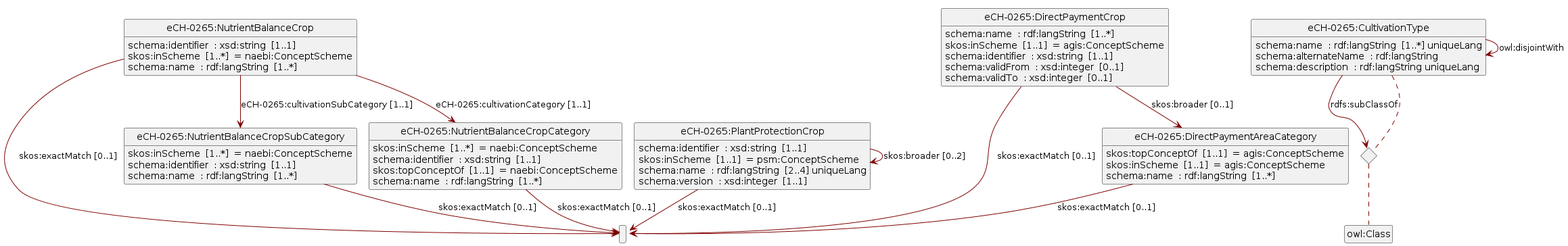
Earlier version of the PlantUML export assets/img/uml.png (blw-ofag-ufag/eCH-0265).
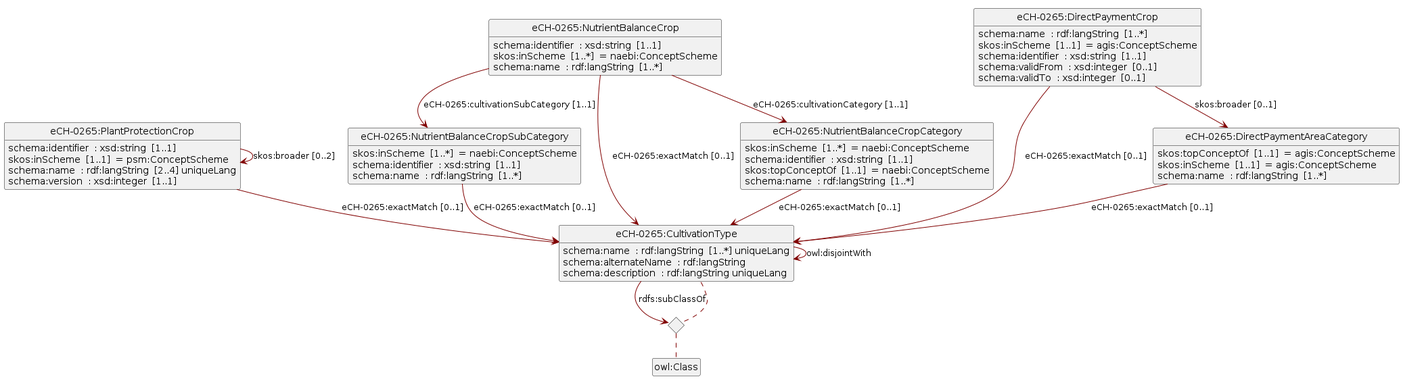
Later version of the same file.

Change to the diagram source:
```diff
@@ -8,32 +8,31 @@
 skinparam wrapMessageWidth 100
 skinparam ArrowColor #Maroon
 set namespaceSeparator none
-Class 18bf497e5dc26df47f3c7addcd94311d as " "
 Class "eCH-0265:NutrientBalanceCropSubCategory"
 "eCH-0265:NutrientBalanceCropSubCategory" : skos:inScheme  [1..*]  = naebi:ConceptScheme
 "eCH-0265:NutrientBalanceCropSubCategory" : schema:identifier  : xsd:string  [1..1]
 "eCH-0265:NutrientBalanceCropSubCategory" : schema:name  : rdf:langString  [1..*]
-"eCH-0265:NutrientBalanceCropSubCategory" --> "18bf497e5dc26df47f3c7addcd94311d" : skos:exactMatch [0..1]
+"eCH-0265:NutrientBalanceCropSubCategory" --> "eCH-0265:CultivationType" : eCH-0265:exactMatch<U+00A0>[0..1]
 Class "eCH-0265:PlantProtectionCrop"
 "eCH-0265:PlantProtectionCrop" : schema:identifier  : xsd:string  [1..1]
 "eCH-0265:PlantProtectionCrop" : skos:inScheme  [1..1]  = psm:ConceptScheme
 "eCH-0265:PlantProtectionCrop" : schema:name  : rdf:langString  [2..4] uniqueLang
 "eCH-0265:PlantProtectionCrop" : schema:version  : xsd:integer  [1..1]
-"eCH-0265:PlantProtectionCrop" --> "18bf497e5dc26df47f3c7addcd94311d" : skos:exactMatch [0..1]
+"eCH-0265:PlantProtectionCrop" --> "eCH-0265:CultivationType" : eCH-0265:exactMatch<U+00A0>[0..1]
 "eCH-0265:PlantProtectionCrop" --> "eCH-0265:PlantProtectionCrop" : skos:broader<U+00A0>[0..2]
 Class "eCH-0265:NutrientBalanceCropCategory"
 "eCH-0265:NutrientBalanceCropCategory" : skos:inScheme  [1..*]  = naebi:ConceptScheme
 "eCH-0265:NutrientBalanceCropCategory" : schema:identifier  : xsd:string  [1..1]
 "eCH-0265:NutrientBalanceCropCategory" : skos:topConceptOf  [1..1]  = naebi:ConceptScheme
 "eCH-0265:NutrientBalanceCropCategory" : schema:name  : rdf:langString  [1..*]
-"eCH-0265:NutrientBalanceCropCategory" --> "18bf497e5dc26df47f3c7addcd94311d" : skos:exactMatch [0..1]
+"eCH-0265:NutrientBalanceCropCategory" --> "eCH-0265:CultivationType" : eCH-0265:exactMatch<U+00A0>[0..1]
 Class "eCH-0265:NutrientBalanceCrop"
 "eCH-0265:NutrientBalanceCrop" : schema:identifier  : xsd:string  [1..1]
 "eCH-0265:NutrientBalanceCrop" : skos:inScheme  [1..*]  = naebi:ConceptScheme
 "eCH-0265:NutrientBalanceCrop" : schema:name  : rdf:langString  [1..*]
 "eCH-0265:NutrientBalanceCrop" --> "eCH-0265:NutrientBalanceCropSubCategory" : eCH-0265:cultivationSubCategory<U+00A0>[1..1]
 "eCH-0265:NutrientBalanceCrop" --> "eCH-0265:NutrientBalanceCropCategory" : eCH-0265:cultivationCategory<U+00A0>[1..1]
-"eCH-0265:NutrientBalanceCrop" --> "18bf497e5dc26df47f3c7addcd94311d" : skos:exactMatch [0..1]
+"eCH-0265:NutrientBalanceCrop" --> "eCH-0265:CultivationType" : eCH-0265:exactMatch<U+00A0>[0..1]
 Class "eCH-0265:DirectPaymentCrop"
 "eCH-0265:DirectPaymentCrop" : schema:name  : rdf:langString  [1..*]
 "eCH-0265:DirectPaymentCrop" : skos:inScheme  [1..1]  = agis:ConceptScheme
@@ -41,21 +40,21 @@
 "eCH-0265:DirectPaymentCrop" : schema:validFrom  : xsd:integer  [0..1]
 "eCH-0265:DirectPaymentCrop" : schema:validTo  : xsd:integer  [0..1]
 "eCH-0265:DirectPaymentCrop" --> "eCH-0265:DirectPaymentAreaCategory" : skos:broader<U+00A0>[0..1]
-"eCH-0265:DirectPaymentCrop" --> "18bf497e5dc26df47f3c7addcd94311d" : skos:exactMatch [0..1]
+"eCH-0265:DirectPaymentCrop" --> "eCH-0265:CultivationType" : eCH-0265:exactMatch<U+00A0>[0..1]
 Class "eCH-0265:CultivationType"
 "eCH-0265:CultivationType" : schema:name  : rdf:langString  [1..*] uniqueLang
 "eCH-0265:CultivationType" : schema:alternateName  : rdf:langString
 "eCH-0265:CultivationType" : schema:description  : rdf:langString uniqueLang
-<> diamond_CultivationType_2aacc47d805fe573dd615fa91a7cccc8
-"eCH-0265:CultivationType" --> "diamond_CultivationType_2aacc47d805fe573dd615fa91a7cccc8" : rdfs:subClassOf
-diamond_CultivationType_2aacc47d805fe573dd615fa91a7cccc8 ..  "eCH-0265:CultivationType"
-diamond_CultivationType_2aacc47d805fe573dd615fa91a7cccc8 ..  "owl:Class"
+<> diamond_CultivationType_d1c3eda295327e0d530cbdb8e362130f
+"eCH-0265:CultivationType" --> "diamond_CultivationType_d1c3eda295327e0d530cbdb8e362130f" : rdfs:subClassOf
+diamond_CultivationType_d1c3eda295327e0d530cbdb8e362130f ..  "eCH-0265:CultivationType"
+diamond_CultivationType_d1c3eda295327e0d530cbdb8e362130f ..  "owl:Class"
 "eCH-0265:CultivationType" --> "eCH-0265:CultivationType" : owl:disjointWith
 Class "eCH-0265:DirectPaymentAreaCategory"
 "eCH-0265:DirectPaymentAreaCategory" : skos:topConceptOf  [1..1]  = agis:ConceptScheme
 "eCH-0265:DirectPaymentAreaCategory" : skos:inScheme  [1..1]  = agis:ConceptScheme
 "eCH-0265:DirectPaymentAreaCategory" : schema:name  : rdf:langString  [1..*]
-"eCH-0265:DirectPaymentAreaCategory" --> "18bf497e5dc26df47f3c7addcd94311d" : skos:exactMatch [0..1]
+"eCH-0265:DirectPaymentAreaCategory" --> "eCH-0265:CultivationType" : eCH-0265:exactMatch<U+00A0>[0..1]
 hide circle
 hide empty members
 remove @unlinked
```
